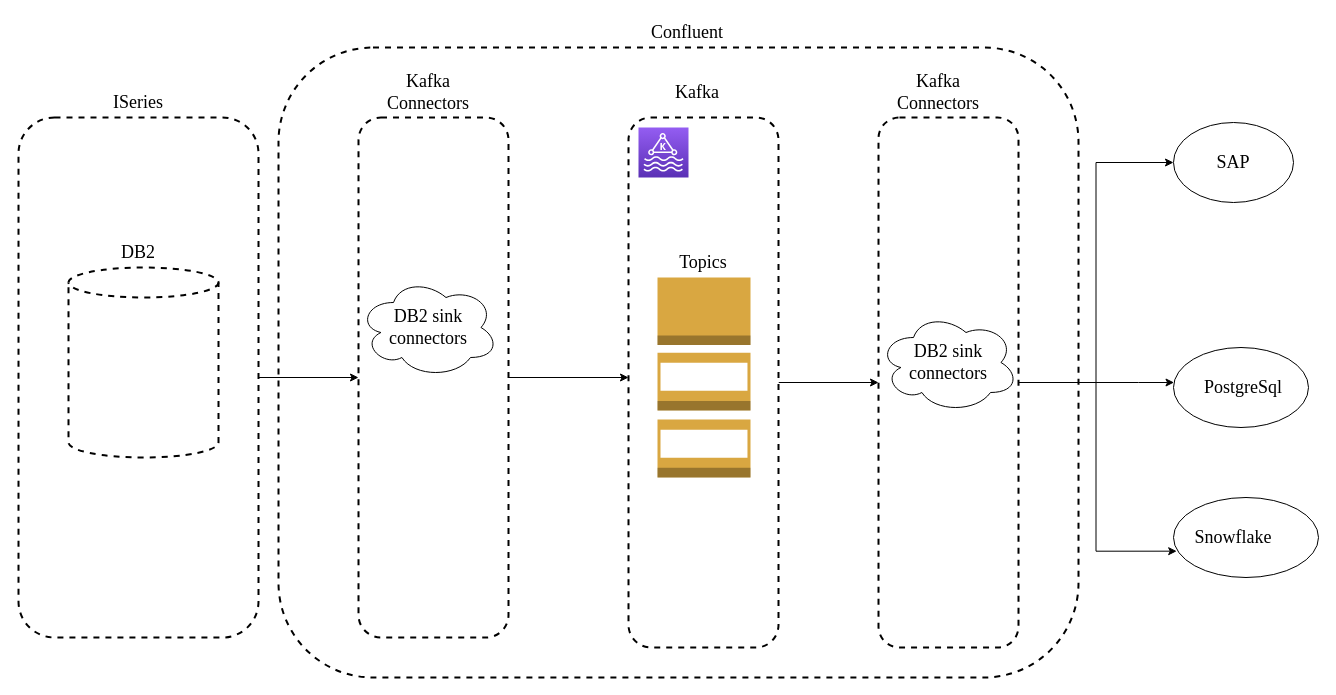
namanchopra21087/design-documents keeps this draw.io diagram as Fleet-Pride-Poc.drawio. Above is the earlier version. Source tidied: cells renumbered, new cells numbered last; positions are measured from the earlier drawing's top-left corner, leaving out a move shared by most shapes. Both pictures are drawn from the tidied source at 100%, with x=0, y=0 at pixel (18, 17).
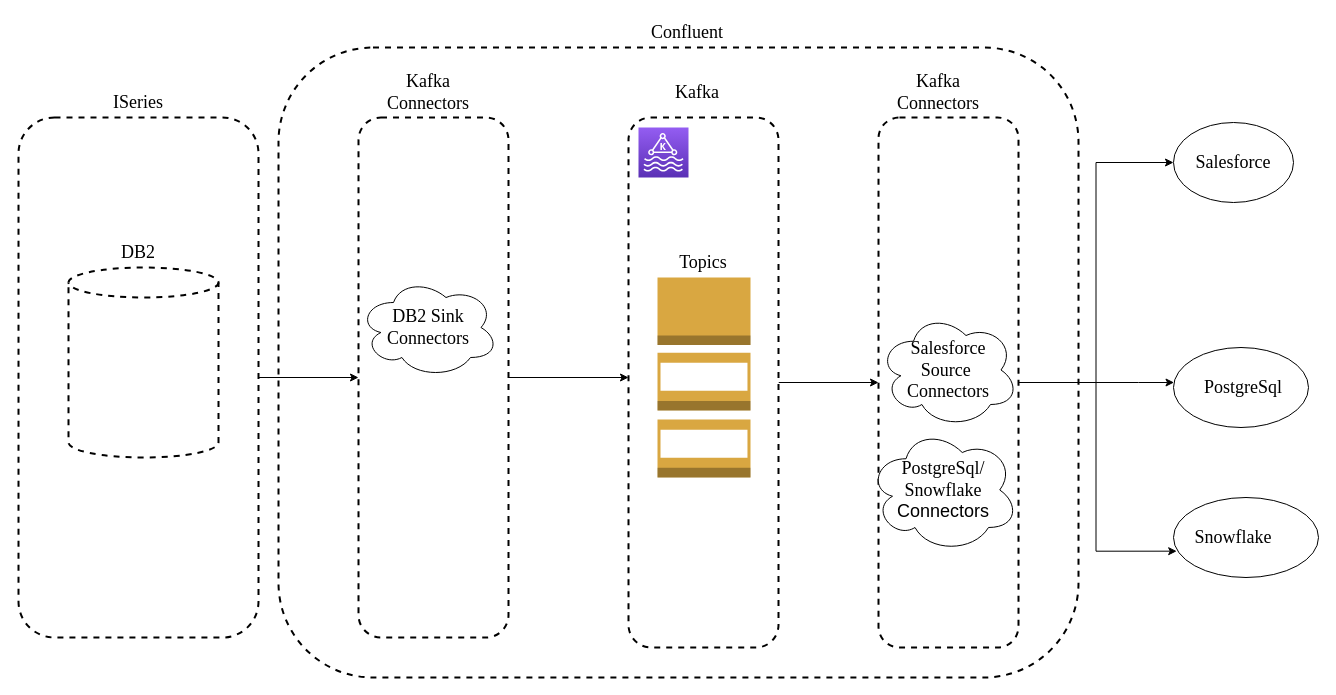
The same page after the edit.

What changed in the source:
```diff
@@
-    <mxCell id="19" value="&lt;font face=&quot;Times New Roman&quot; style=&quot;font-size: 18px;&quot;&gt;DB2 sink connectors&lt;/font&gt;" style="ellipse;shape=cloud;whiteSpace=wrap;html=1;" parent="1" vertex="1">
+    <mxCell id="19" value="&lt;font face=&quot;Times New Roman&quot; style=&quot;font-size: 18px;&quot;&gt;DB2 Sink Connectors&lt;/font&gt;" style="ellipse;shape=cloud;whiteSpace=wrap;html=1;" parent="1" vertex="1">
       <mxGeometry x="340" y="260" width="140" height="100" as="geometry" />
     </mxCell>
-    <mxCell id="20" value="&lt;font style=&quot;font-size: 18px;&quot; face=&quot;Times New Roman&quot;&gt;SAP&lt;/font&gt;" style="text;html=1;strokeColor=none;fillColor=none;align=center;verticalAlign=middle;whiteSpace=wrap;rounded=0;" parent="1" vertex="1">
+    <mxCell id="20" value="&lt;font style=&quot;font-size: 18px;&quot; face=&quot;Times New Roman&quot;&gt;Salesforce&lt;/font&gt;" style="text;html=1;strokeColor=none;fillColor=none;align=center;verticalAlign=middle;whiteSpace=wrap;rounded=0;" parent="1" vertex="1">
       <mxGeometry x="1185" y="130" width="60" height="30" as="geometry" />
     </mxCell>
@@
-    <mxCell id="27" value="&lt;font face=&quot;Times New Roman&quot; style=&quot;font-size: 18px;&quot;&gt;DB2 sink connectors&lt;/font&gt;" style="ellipse;shape=cloud;whiteSpace=wrap;html=1;" parent="1" vertex="1">
-      <mxGeometry x="860" y="295" width="140" height="100" as="geometry" />
+    <mxCell id="27" value="&lt;font face=&quot;Times New Roman&quot; style=&quot;&quot;&gt;&lt;span style=&quot;font-size: 18px;&quot;&gt;Salesforce &lt;br&gt;Source&amp;nbsp;&lt;br&gt;Connectors&lt;/span&gt;&lt;/font&gt;" style="ellipse;shape=cloud;whiteSpace=wrap;html=1;" parent="1" vertex="1">
+      <mxGeometry x="860" y="295" width="140" height="115" as="geometry" />
     </mxCell>
@@
+    <mxCell id="31" value="&lt;font style=&quot;font-size: 18px;&quot;&gt;&lt;font face=&quot;Times New Roman&quot;&gt;PostgreSql/&lt;br&gt;Snowflake&lt;br&gt;&lt;/font&gt;Connectors&lt;/font&gt;" style="ellipse;shape=cloud;whiteSpace=wrap;html=1;" parent="1" vertex="1">
+      <mxGeometry x="850" y="410" width="150" height="125" as="geometry" />
+    </mxCell>
```
